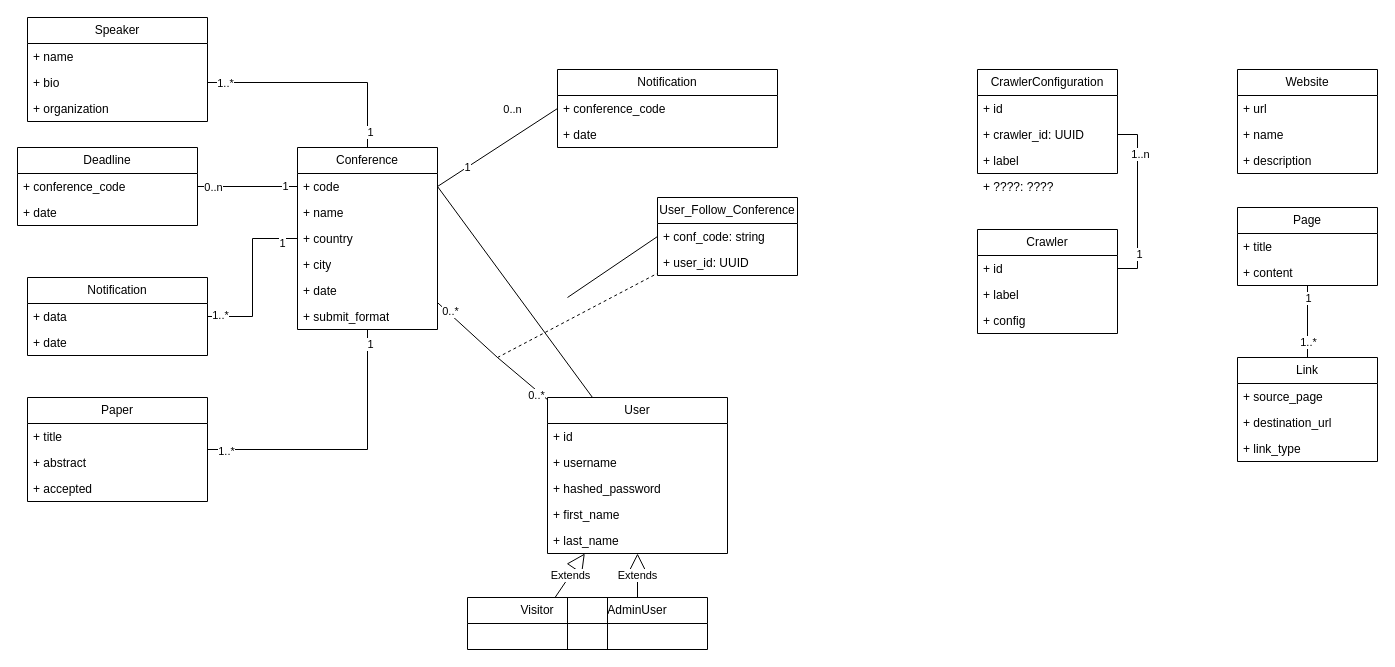
The draw.io diagram page "Class" (2 of 3) of Diagram/Use Case.drawio in Technologie-Logicielle/spiderbot, before the edit. Source tidied: cells renumbered, new cells numbered last; positions are measured from the earlier drawing's top-left corner, leaving out a move shared by most shapes. Both pictures are drawn from the tidied source at 100%, with x=0, y=0 at pixel (17, 17).
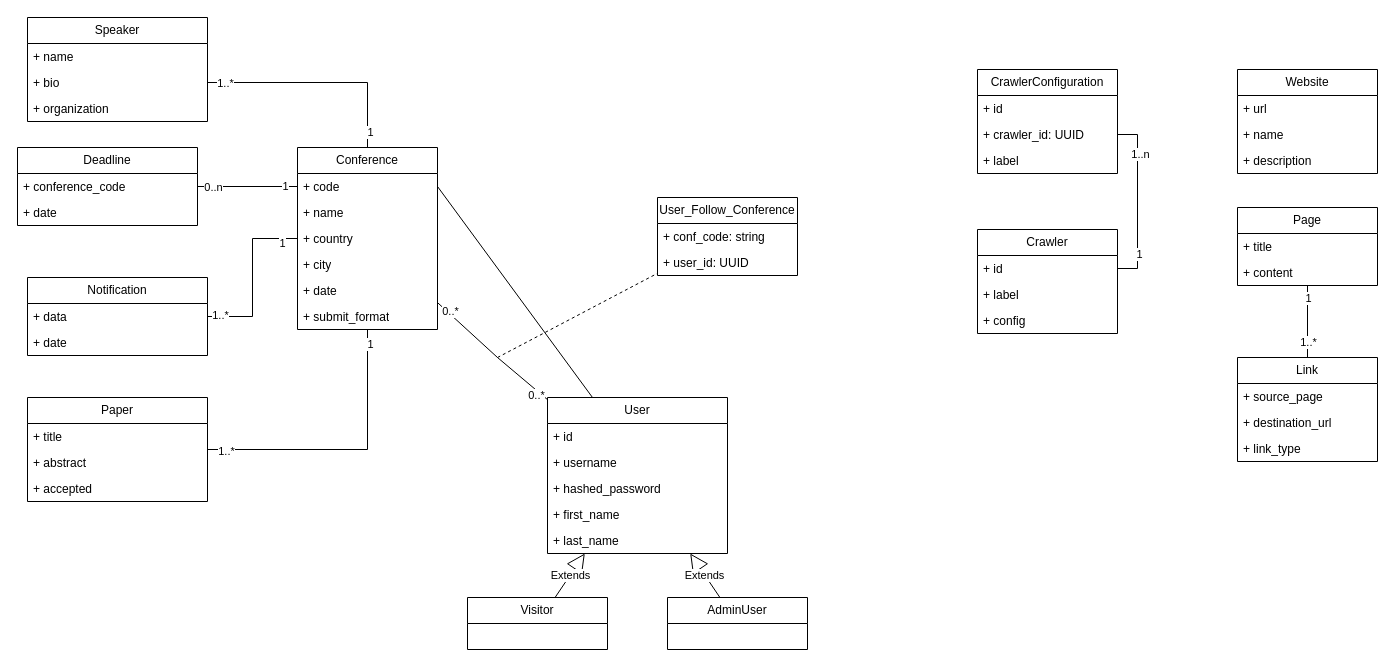
After the change.

The change refers to these unchanged cells:
```xml
<mxCell id="3" value="+ code" style="text;strokeColor=none;fillColor=none;align=left;verticalAlign=top;spacingLeft=4;spacingRight=4;overflow=hidden;points=[[0,0.5],[1,0.5]];portConstraint=eastwest;whiteSpace=wrap;html=1;" parent="2" vertex="1">
  <mxGeometry y="26" width="140" height="26" as="geometry" />
</mxCell>
<mxCell id="13" value="CrawlerConfiguration" style="swimlane;fontStyle=0;horizontal=1;startSize=26;fillColor=none;whiteSpace=wrap;html=1;" parent="1" vertex="1">
  <mxGeometry x="960" y="52" width="140" height="104" as="geometry" />
</mxCell>
<mxCell id="25" value="User_Follow_Conference" style="swimlane;fontStyle=0;horizontal=1;startSize=26;fillColor=none;whiteSpace=wrap;html=1;" parent="1" vertex="1">
  <mxGeometry x="640" y="180" width="140" height="78" as="geometry" />
</mxCell>
<mxCell id="27" value="+ conf_code: string" style="text;strokeColor=none;fillColor=none;align=left;verticalAlign=top;spacingLeft=4;spacingRight=4;overflow=hidden;points=[[0,0.5],[1,0.5]];portConstraint=eastwest;whiteSpace=wrap;html=1;" parent="25" vertex="1">
  <mxGeometry y="26" width="140" height="26" as="geometry" />
</mxCell>
```

Diff of the diagram source:
```diff
@@
-    <mxCell id="17" value="+ ????: ????" style="text;strokeColor=none;fillColor=none;align=left;verticalAlign=top;spacingLeft=4;spacingRight=4;overflow=hidden;whiteSpace=wrap;html=1;" parent="13" vertex="1">
-      <mxGeometry y="104" width="140" height="26" as="geometry" />
-    </mxCell>
@@
-    <mxCell id="26" style="rounded=0;jettySize=auto;html=1;exitX=0;exitY=0.5;exitDx=0;exitDy=0;endArrow=none;endFill=0;" parent="25" edge="1" source="27">
-      <mxGeometry relative="1" as="geometry">
-        <mxPoint x="-90" y="100" as="targetPoint" />
-      </mxGeometry>
-    </mxCell>
@@
     <mxCell id="31" value="AdminUser" style="swimlane;fontStyle=0;horizontal=1;startSize=26;fillColor=none;whiteSpace=wrap;html=1;" parent="1" vertex="1">
-      <mxGeometry x="550" y="580" width="140" height="52" as="geometry" />
+      <mxGeometry x="650" y="580" width="140" height="52" as="geometry" />
     </mxCell>
@@
-    <mxCell id="39" value="Notification" style="swimlane;fontStyle=0;horizontal=1;startSize=26;fillColor=none;whiteSpace=wrap;html=1;" parent="1" vertex="1">
-      <mxGeometry x="540" y="52" width="220" height="78" as="geometry" />
-    </mxCell>
-    <mxCell id="40" value="+ conference_code" style="text;strokeColor=none;fillColor=none;align=left;verticalAlign=top;spacingLeft=4;spacingRight=4;overflow=hidden;points=[[0,0.5],[1,0.5]];portConstraint=eastwest;whiteSpace=wrap;html=1;" parent="39" vertex="1">
-      <mxGeometry y="26" width="220" height="26" as="geometry" />
-    </mxCell>
-    <mxCell id="41" value="+ date" style="text;strokeColor=none;fillColor=none;align=left;verticalAlign=top;spacingLeft=4;spacingRight=4;overflow=hidden;whiteSpace=wrap;html=1;" parent="39" vertex="1">
-      <mxGeometry y="52" width="220" height="26" as="geometry" />
-    </mxCell>
-    <mxCell id="42" style="rounded=0;jettySize=auto;html=1;exitX=0;exitY=0.5;exitDx=0;exitDy=0;entryX=1;entryY=0.5;entryDx=0;entryDy=0;endArrow=none;endFill=0;" parent="1" edge="1" source="40" target="3">
-      <mxGeometry relative="1" as="geometry" />
-    </mxCell>
-    <mxCell id="43" value="0..n" style="edgeLabel;html=1;align=center;verticalAlign=middle;" parent="42" vertex="1">
-      <mxGeometry x="-0.18" y="2" relative="1" as="geometry">
-        <mxPoint x="3" y="-33" as="offset" />
-      </mxGeometry>
-    </mxCell>
-    <mxCell id="44" value="1" style="edgeLabel;html=1;align=center;verticalAlign=middle;" parent="42" vertex="1">
-      <mxGeometry x="0.51" relative="1" as="geometry" />
-    </mxCell>
```
